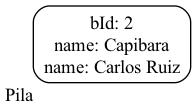
The Graphviz diagram Proyecto1/reports/pile.png in marcosbondel/IPC2_ProyectoVD2024_202202410, before a commit. Its source is kept beside it as Proyecto1/dot_reports/pile.dot.
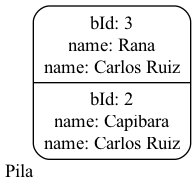
After the change.

Change to the diagram source:
```diff
@@ -1,5 +1,5 @@
 digraph G {
             rankdir=LR;
             node[shape=Mrecord];
-        Pila[xlabel="Pila" label="bId: 2\nname: Capibara\nname: Carlos Ruiz\n"];
+        Pila[xlabel="Pila" label="bId: 3\nname: Rana\nname: Carlos Ruiz\n|bId: 2\nname: Capibara\nname: Carlos Ruiz\n"];
 }
```
